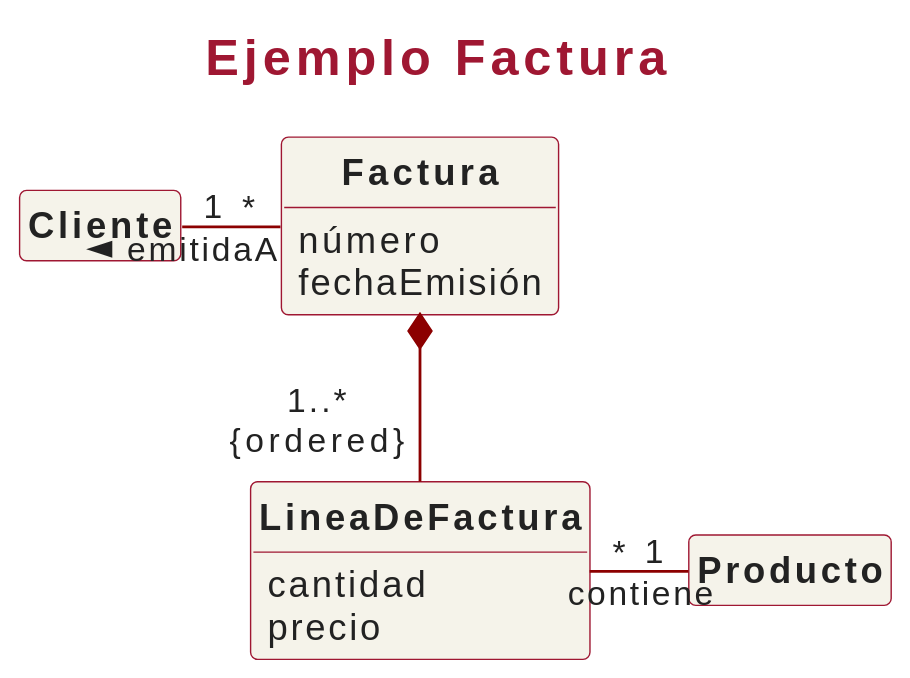
This is assets/slides/iissi1/t6-introduccion-al-modelado-conceptual/puml/dc-ejemplo-factura.svg from IISSI-US/web, a PlantUML export, as it was before one commit.
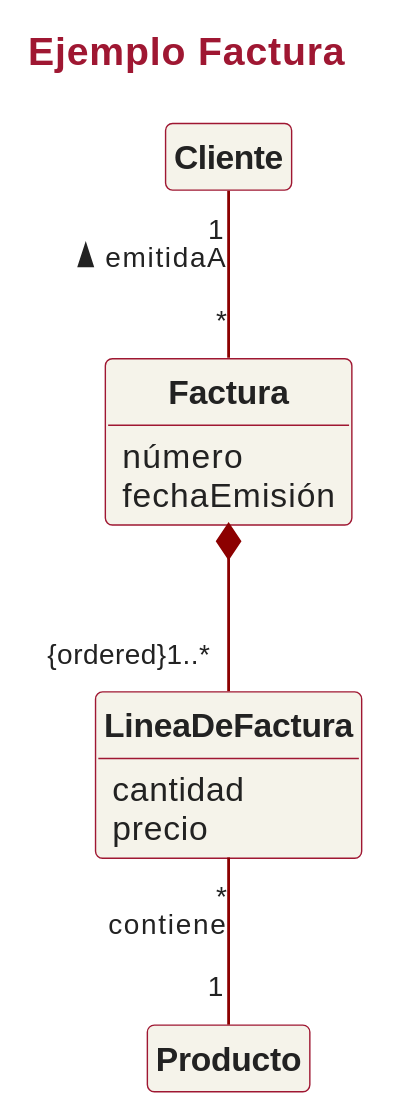
The same file after the commit.

The edit, as a diff of the source:
```diff
@@ -5,7 +5,7 @@
 !include Factura.iuml
 !include LineaDeFactura.iuml
 
-Cliente "1" -r- "*" Factura: emitidaA <
-Factura *-- "1..*\n{ordered}" LineaDeFactura
-LineaDeFactura "*" -r- "1" Producto :contiene
+Cliente "1" -- "*" Factura: emitidaA <
+Factura *-- "{ordered}1..*" LineaDeFactura
+LineaDeFactura "*" -- "1" Producto :contiene
 @enduml
```
